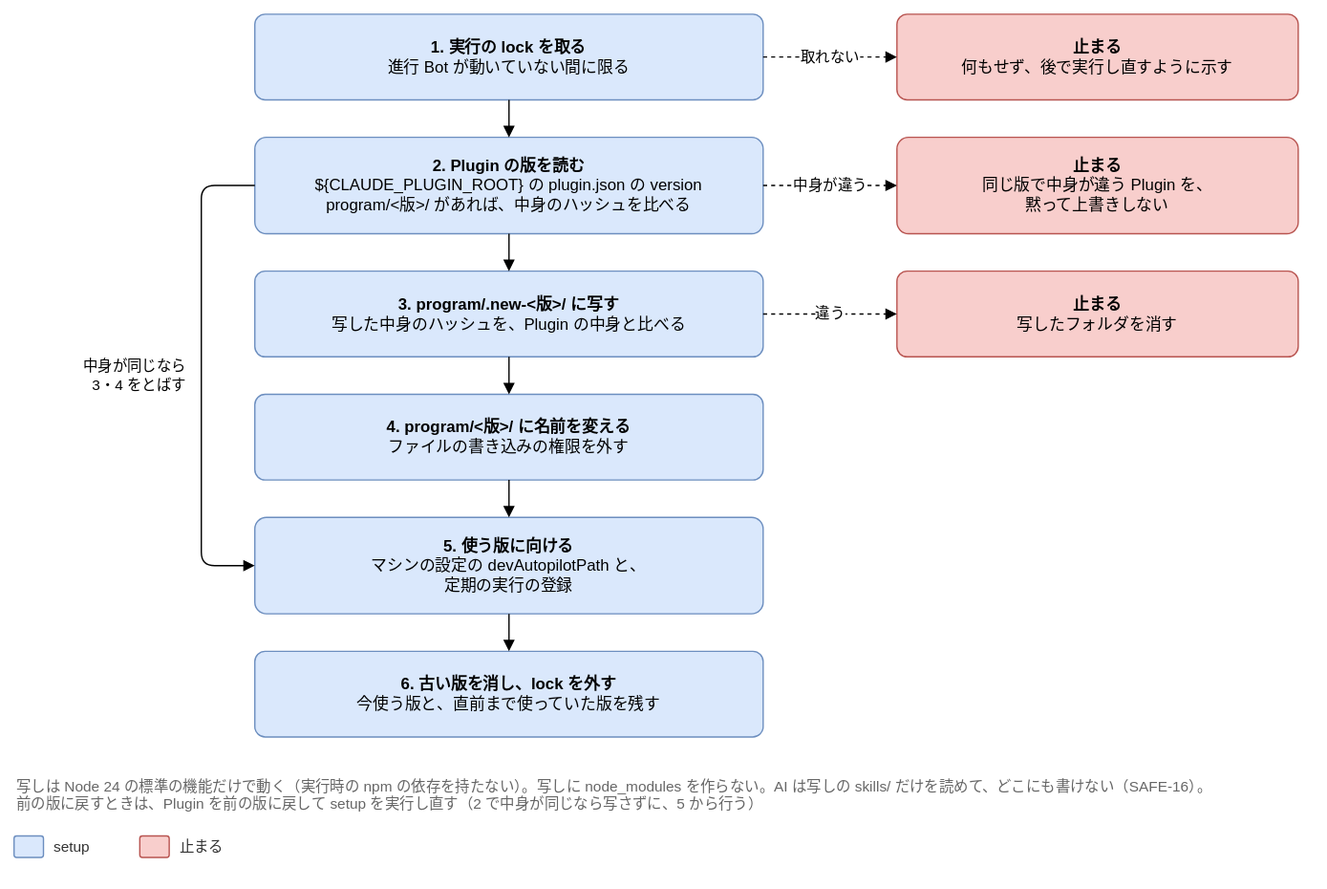
This is docs/design/basic/diagrams/04-program-copy.drawio.svg from Joymerrevent/dev-autopilot, a draw.io export, as it was before one commit. Source tidied: cells renumbered, new cells last; positions are measured from the earlier drawing's top-left corner, leaving out a move shared by most shapes.
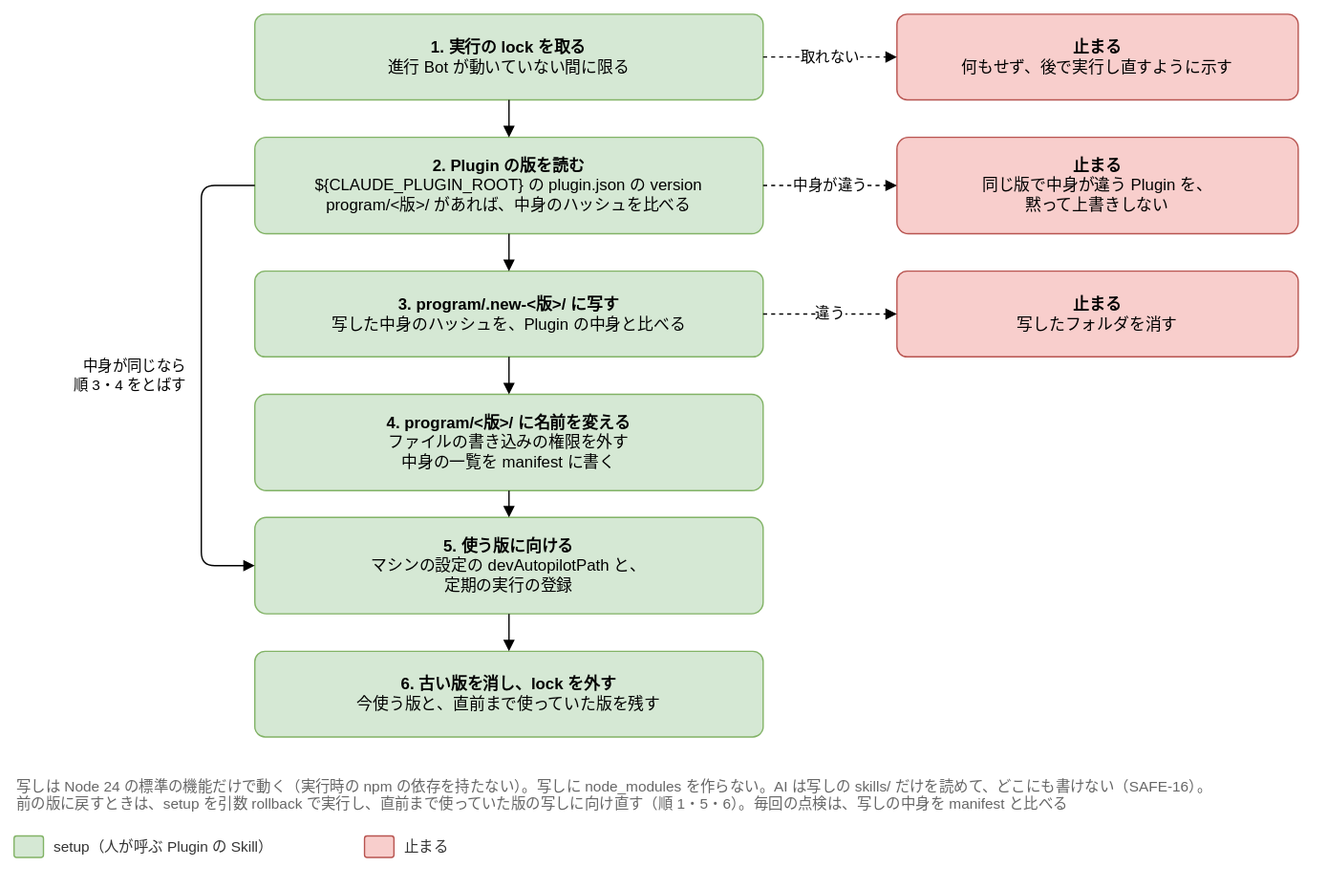
The same file after the commit.

What changed in the source:
```diff
@@ -2,22 +2,22 @@
   <root>
     <mxCell id="0" />
     <mxCell id="1" parent="0" />
-    <mxCell id="2" value="&lt;b&gt;1. 実行の lock を取る&lt;/b&gt;&lt;br&gt;進行 Bot が動いていない間に限る" style="rounded=1;whiteSpace=wrap;html=1;fontSize=12;arcSize=12;spacing=12;fillColor=#dae8fc;strokeColor=#6c8ebf;" parent="1" vertex="1">
+    <mxCell id="2" value="&lt;b&gt;1. 実行の lock を取る&lt;/b&gt;&lt;br&gt;進行 Bot が動いていない間に限る" style="rounded=1;whiteSpace=wrap;html=1;fontSize=12;arcSize=12;spacing=12;fillColor=#d5e8d4;strokeColor=#82b366;" parent="1" vertex="1">
       <mxGeometry x="180" width="380" height="64" as="geometry" />
     </mxCell>
-    <mxCell id="3" value="&lt;b&gt;2. Plugin の版を読む&lt;/b&gt;&lt;br&gt;${CLAUDE_PLUGIN_ROOT} の plugin.json の version&lt;br&gt;program/&amp;lt;版&amp;gt;/ があれば、中身のハッシュを比べる" style="rounded=1;whiteSpace=wrap;html=1;fontSize=12;arcSize=12;spacing=12;fillColor=#dae8fc;strokeColor=#6c8ebf;" parent="1" vertex="1">
+    <mxCell id="3" value="&lt;b&gt;2. Plugin の版を読む&lt;/b&gt;&lt;br&gt;${CLAUDE_PLUGIN_ROOT} の plugin.json の version&lt;br&gt;program/&amp;lt;版&amp;gt;/ があれば、中身のハッシュを比べる" style="rounded=1;whiteSpace=wrap;html=1;fontSize=12;arcSize=12;spacing=12;fillColor=#d5e8d4;strokeColor=#82b366;" parent="1" vertex="1">
       <mxGeometry x="180" y="92" width="380" height="72" as="geometry" />
     </mxCell>
-    <mxCell id="4" value="&lt;b&gt;3. program/.new-&amp;lt;版&amp;gt;/ に写す&lt;/b&gt;&lt;br&gt;写した中身のハッシュを、Plugin の中身と比べる" style="rounded=1;whiteSpace=wrap;html=1;fontSize=12;arcSize=12;spacing=12;fillColor=#dae8fc;strokeColor=#6c8ebf;" parent="1" vertex="1">
+    <mxCell id="4" value="&lt;b&gt;3. program/.new-&amp;lt;版&amp;gt;/ に写す&lt;/b&gt;&lt;br&gt;写した中身のハッシュを、Plugin の中身と比べる" style="rounded=1;whiteSpace=wrap;html=1;fontSize=12;arcSize=12;spacing=12;fillColor=#d5e8d4;strokeColor=#82b366;" parent="1" vertex="1">
       <mxGeometry x="180" y="192" width="380" height="64" as="geometry" />
     </mxCell>
-    <mxCell id="5" value="&lt;b&gt;4. program/&amp;lt;版&amp;gt;/ に名前を変える&lt;/b&gt;&lt;br&gt;ファイルの書き込みの権限を外す" style="rounded=1;whiteSpace=wrap;html=1;fontSize=12;arcSize=12;spacing=12;fillColor=#dae8fc;strokeColor=#6c8ebf;" parent="1" vertex="1">
-      <mxGeometry x="180" y="284" width="380" height="64" as="geometry" />
+    <mxCell id="5" value="&lt;b&gt;4. program/&amp;lt;版&amp;gt;/ に名前を変える&lt;/b&gt;&lt;br&gt;ファイルの書き込みの権限を外す&lt;br&gt;中身の一覧を manifest に書く" style="rounded=1;whiteSpace=wrap;html=1;fontSize=12;arcSize=12;spacing=12;fillColor=#d5e8d4;strokeColor=#82b366;" parent="1" vertex="1">
+      <mxGeometry x="180" y="284" width="380" height="72" as="geometry" />
     </mxCell>
-    <mxCell id="6" value="&lt;b&gt;5. 使う版に向ける&lt;/b&gt;&lt;br&gt;マシンの設定の devAutopilotPath と、&lt;br&gt;定期の実行の登録" style="rounded=1;whiteSpace=wrap;html=1;fontSize=12;arcSize=12;spacing=12;fillColor=#dae8fc;strokeColor=#6c8ebf;" parent="1" vertex="1">
+    <mxCell id="6" value="&lt;b&gt;5. 使う版に向ける&lt;/b&gt;&lt;br&gt;マシンの設定の devAutopilotPath と、&lt;br&gt;定期の実行の登録" style="rounded=1;whiteSpace=wrap;html=1;fontSize=12;arcSize=12;spacing=12;fillColor=#d5e8d4;strokeColor=#82b366;" parent="1" vertex="1">
       <mxGeometry x="180" y="376" width="380" height="72" as="geometry" />
     </mxCell>
-    <mxCell id="7" value="&lt;b&gt;6. 古い版を消し、lock を外す&lt;/b&gt;&lt;br&gt;今使う版と、直前まで使っていた版を残す" style="rounded=1;whiteSpace=wrap;html=1;fontSize=12;arcSize=12;spacing=12;fillColor=#dae8fc;strokeColor=#6c8ebf;" parent="1" vertex="1">
+    <mxCell id="7" value="&lt;b&gt;6. 古い版を消し、lock を外す&lt;/b&gt;&lt;br&gt;今使う版と、直前まで使っていた版を残す" style="rounded=1;whiteSpace=wrap;html=1;fontSize=12;arcSize=12;spacing=12;fillColor=#d5e8d4;strokeColor=#82b366;" parent="1" vertex="1">
       <mxGeometry x="180" y="476" width="380" height="64" as="geometry" />
     </mxCell>
     <mxCell id="8" style="edgeStyle=orthogonalEdgeStyle;rounded=1;html=1;endArrow=block;endFill=1;fontSize=11;labelBackgroundColor=#ffffff;exitX=0.5;exitY=1;exitDx=0;exitDy=0;entryX=0.5;entryY=0;entryDx=0;entryDy=0;" parent="1" edge="1" source="2" target="3">
@@ -61,23 +61,23 @@
         </Array>
       </mxGeometry>
     </mxCell>
-    <mxCell id="20" value="中身が同じなら&lt;br&gt;3・4 をとばす" style="text;html=1;align=right;verticalAlign=middle;fontSize=11;" parent="1" vertex="1">
+    <mxCell id="20" value="中身が同じなら&lt;br&gt;順 3・4 をとばす" style="text;html=1;align=right;verticalAlign=middle;fontSize=11;" parent="1" vertex="1">
       <mxGeometry y="250" width="130" height="40" as="geometry" />
     </mxCell>
-    <mxCell id="21" value="写しは Node 24 の標準の機能だけで動く（実行時の npm の依存を持たない）。写しに node_modules を作らない。AI は写しの skills/ だけを読めて、どこにも書けない（SAFE-16）。&lt;br&gt;前の版に戻すときは、Plugin を前の版に戻して setup を実行し直す（2 で中身が同じなら写さずに、5 から行う）" style="text;html=1;whiteSpace=wrap;align=left;verticalAlign=top;fontSize=11;fontColor=#666666;" parent="1" vertex="1">
+    <mxCell id="21" value="写しは Node 24 の標準の機能だけで動く（実行時の npm の依存を持たない）。写しに node_modules を作らない。AI は写しの skills/ だけを読めて、どこにも書けない（SAFE-16）。&lt;br&gt;前の版に戻すときは、setup を引数 rollback で実行し、直前まで使っていた版の写しに向け直す（順 1・5・6）。毎回の点検は、写しの中身を manifest と比べる" style="text;html=1;whiteSpace=wrap;align=left;verticalAlign=top;fontSize=11;fontColor=#666666;" parent="1" vertex="1">
       <mxGeometry y="564" width="960" height="54" as="geometry" />
     </mxCell>
-    <mxCell id="22" style="rounded=1;whiteSpace=wrap;html=1;fontSize=12;arcSize=12;spacing=12;fillColor=#dae8fc;strokeColor=#6c8ebf;" parent="1" vertex="1">
+    <mxCell id="22" style="rounded=1;whiteSpace=wrap;html=1;fontSize=12;arcSize=12;spacing=12;fillColor=#d5e8d4;strokeColor=#82b366;" parent="1" vertex="1">
       <mxGeometry y="614" width="22" height="16" as="geometry" />
     </mxCell>
-    <mxCell id="23" value="setup" style="text;html=1;align=left;verticalAlign=middle;fontSize=11;fontColor=#333333;" parent="1" vertex="1">
-      <mxGeometry x="28" y="612" width="50" height="20" as="geometry" />
+    <mxCell id="23" value="setup（人が呼ぶ Plugin の Skill）" style="text;html=1;align=left;verticalAlign=middle;fontSize=11;fontColor=#333333;" parent="1" vertex="1">
+      <mxGeometry x="28" y="612" width="218" height="20" as="geometry" />
     </mxCell>
     <mxCell id="24" style="rounded=1;whiteSpace=wrap;html=1;fontSize=12;arcSize=12;spacing=12;fillColor=#f8cecc;strokeColor=#b85450;" parent="1" vertex="1">
-      <mxGeometry x="94" y="614" width="22" height="16" as="geometry" />
+      <mxGeometry x="262" y="614" width="22" height="16" as="geometry" />
     </mxCell>
     <mxCell id="25" value="止まる" style="text;html=1;align=left;verticalAlign=middle;fontSize=11;fontColor=#333333;" parent="1" vertex="1">
-      <mxGeometry x="122" y="612" width="46" height="20" as="geometry" />
+      <mxGeometry x="290" y="612" width="46" height="20" as="geometry" />
     </mxCell>
   </root>
 </mxGraphModel>
```
